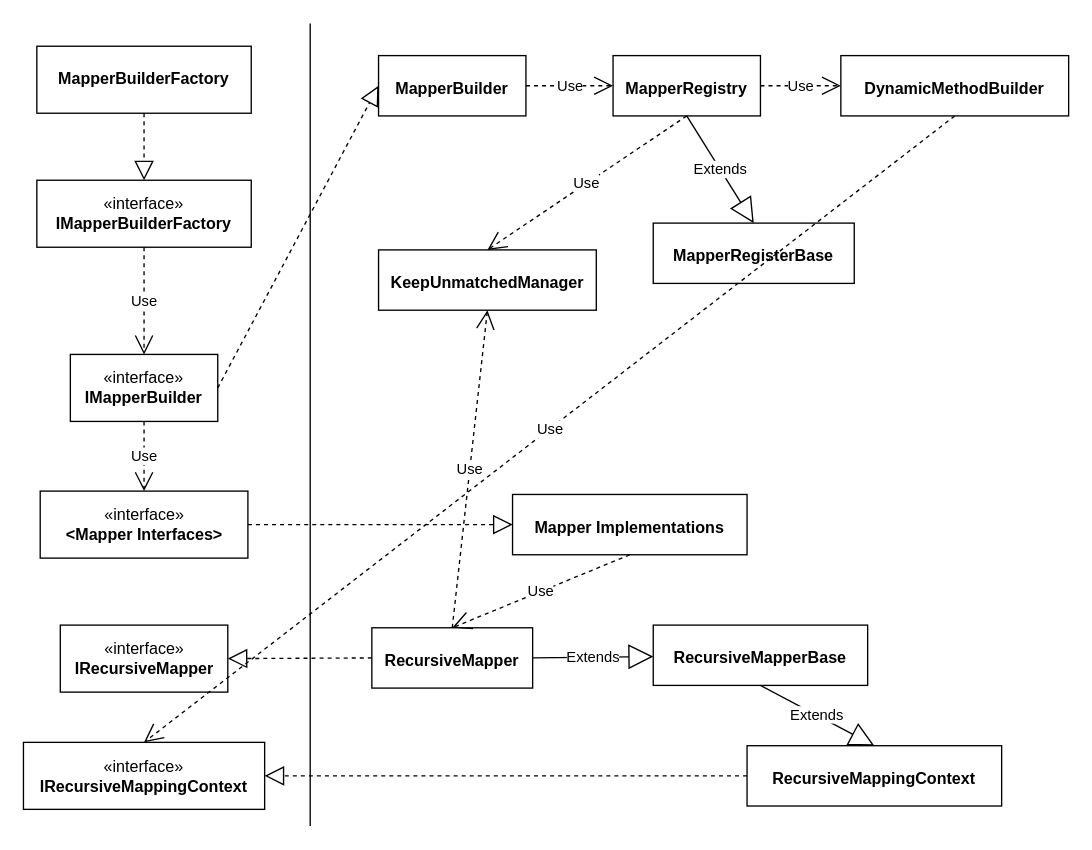
Earlier version of the draw.io diagram page "Program Structure" (3 of 3) of Document/Demonstration.drawio (keeper013/Oasis.EFMapper). Source tidied: cells renumbered, new cells numbered last; positions are measured from the earlier drawing's top-left corner, leaving out a move shared by most shapes. Both pictures are drawn from the tidied source at 134%, with x=0, y=0 at pixel (23, 23).
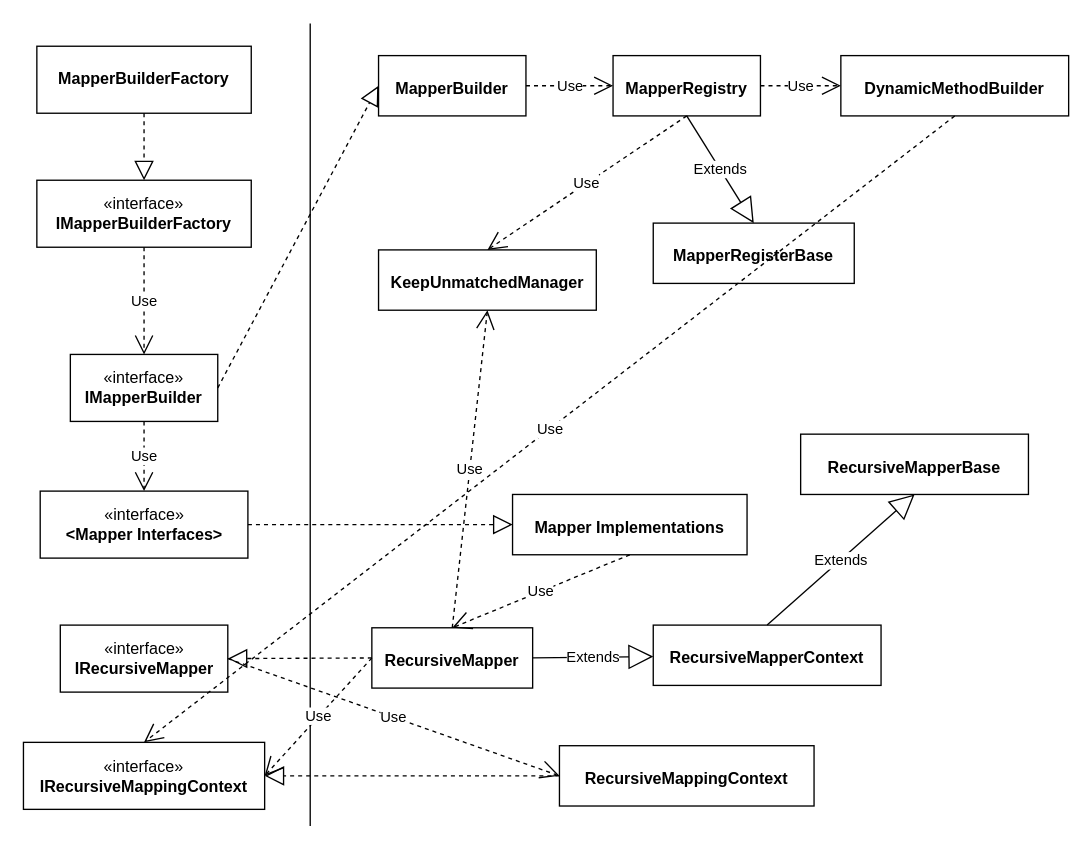
Above is the later version.

Commit message (it also covers changes not shown here):
updated program structure graph

Unchanged cells that the change refers to:
```xml
<mxCell id="13" value="&lt;p style=&quot;margin:0px;margin-top:4px;text-align:center;&quot;&gt;&lt;br&gt;&lt;b&gt;RecursiveMapper&lt;/b&gt;&lt;/p&gt;" style="verticalAlign=top;align=left;overflow=fill;fontSize=12;fontFamily=Helvetica;html=1;whiteSpace=wrap;" parent="1" vertex="1">
  <mxGeometry x="260" y="451" width="120" height="45" as="geometry" />
</mxCell>
<mxCell id="14" value="«interface»&lt;br&gt;&lt;b&gt;IRecursiveMapper&lt;/b&gt;" style="html=1;whiteSpace=wrap;" parent="1" vertex="1">
  <mxGeometry x="27.5" y="449" width="125" height="50" as="geometry" />
</mxCell>
<mxCell id="17" value="«interface»&lt;br&gt;&lt;b&gt;IRecursiveMappingContext&lt;/b&gt;" style="html=1;whiteSpace=wrap;" parent="1" vertex="1">
  <mxGeometry y="536.5" width="180" height="50" as="geometry" />
</mxCell>
```

Change to the diagram source:
```diff
@@
     <mxCell id="16" value="&lt;p style=&quot;margin:0px;margin-top:4px;text-align:center;&quot;&gt;&lt;br&gt;&lt;b&gt;RecursiveMappingContext&lt;/b&gt;&lt;/p&gt;" style="verticalAlign=top;align=left;overflow=fill;fontSize=12;fontFamily=Helvetica;html=1;whiteSpace=wrap;" parent="1" vertex="1">
-      <mxGeometry x="540" y="539" width="190" height="45" as="geometry" />
+      <mxGeometry x="400" y="539" width="190" height="45" as="geometry" />
     </mxCell>
@@
-    <mxCell id="26" value="&lt;p style=&quot;margin:0px;margin-top:4px;text-align:center;&quot;&gt;&lt;br&gt;&lt;b&gt;RecursiveMapperBase&lt;/b&gt;&lt;/p&gt;" style="verticalAlign=top;align=left;overflow=fill;fontSize=12;fontFamily=Helvetica;html=1;whiteSpace=wrap;" parent="1" vertex="1">
-      <mxGeometry x="470" y="449" width="160" height="45" as="geometry" />
+    <mxCell id="26" value="&lt;p style=&quot;margin:0px;margin-top:4px;text-align:center;&quot;&gt;&lt;br&gt;&lt;b&gt;RecursiveMapperContext&lt;/b&gt;&lt;/p&gt;" style="verticalAlign=top;align=left;overflow=fill;fontSize=12;fontFamily=Helvetica;html=1;whiteSpace=wrap;" parent="1" vertex="1">
+      <mxGeometry x="470" y="449" width="170" height="45" as="geometry" />
     </mxCell>
@@
-    <mxCell id="28" value="Extends" style="endArrow=block;endSize=16;endFill=0;html=1;rounded=0;exitX=0.5;exitY=1;exitDx=0;exitDy=0;entryX=0.5;entryY=0;entryDx=0;entryDy=0;" parent="1" edge="1" source="26" target="16">
+    <mxCell id="28" value="Extends" style="endArrow=block;endSize=16;endFill=0;html=1;rounded=0;exitX=0.5;exitY=0;exitDx=0;exitDy=0;entryX=0.5;entryY=1;entryDx=0;entryDy=0;" parent="1" edge="1" source="26" target="34">
       <mxGeometry relative="1" as="geometry" />
     </mxCell>
@@
+    <mxCell id="34" value="&lt;p style=&quot;margin:0px;margin-top:4px;text-align:center;&quot;&gt;&lt;br&gt;&lt;b&gt;RecursiveMapperBase&lt;/b&gt;&lt;/p&gt;" style="verticalAlign=top;align=left;overflow=fill;fontSize=12;fontFamily=Helvetica;html=1;whiteSpace=wrap;" parent="1" vertex="1">
+      <mxGeometry x="580" y="306.5" width="170" height="45" as="geometry" />
+    </mxCell>
+    <mxCell id="35" value="Use" style="endArrow=open;endSize=12;dashed=1;html=1;rounded=0;exitX=0;exitY=0.5;exitDx=0;exitDy=0;entryX=1;entryY=0.5;entryDx=0;entryDy=0;" parent="1" edge="1" source="13" target="17">
+      <mxGeometry relative="1" as="geometry" />
+    </mxCell>
+    <mxCell id="36" value="Use" style="endArrow=open;endSize=12;dashed=1;html=1;rounded=0;exitX=1;exitY=0.5;exitDx=0;exitDy=0;entryX=0;entryY=0.5;entryDx=0;entryDy=0;" parent="1" edge="1" source="14" target="16">
+      <mxGeometry relative="1" as="geometry" />
+    </mxCell>
```
